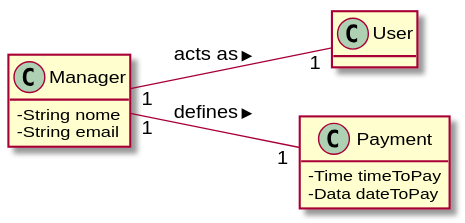
This is docs/UC6 - Define Payment hour/UC6_MD.svg from 1190452/LAPR2, a PlantUML export, as it was before one commit. Its diagram source:
```plantuml
@startuml
skinparam classAttributeIconSize 0
hide methods
left to right direction


class Manager {
  -String nome
  -String email
}

class User {
}


class Payment{
  -Time timeToPay
  -Data dateToPay
}


Manager "1" -- "1" User: acts as >
Manager "1" -- "1" Payment: defines >
@enduml
```
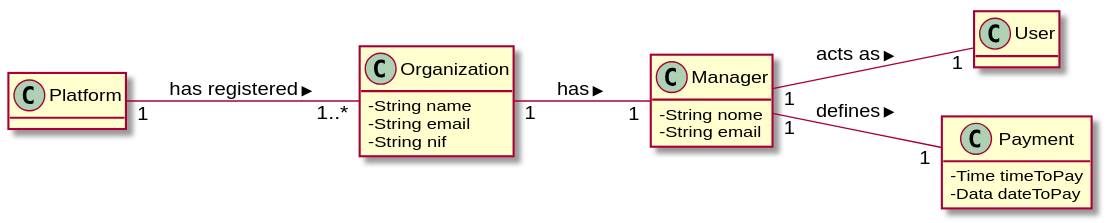
The same diagram one commit later.

Diff of the diagram source:
```diff
@@ -18,7 +18,20 @@
   -Data dateToPay
 }
 
+class Platform{
+}
+
+
+class Organization {
+  -String name
+  -String email
+  -String nif
+}
+
 
 Manager "1" -- "1" User: acts as >
 Manager "1" -- "1" Payment: defines >
+
+Organization "1" -- "1" Manager : has >
+Platform "1" -- "1..*" Organization: has registered >
 @enduml
```
